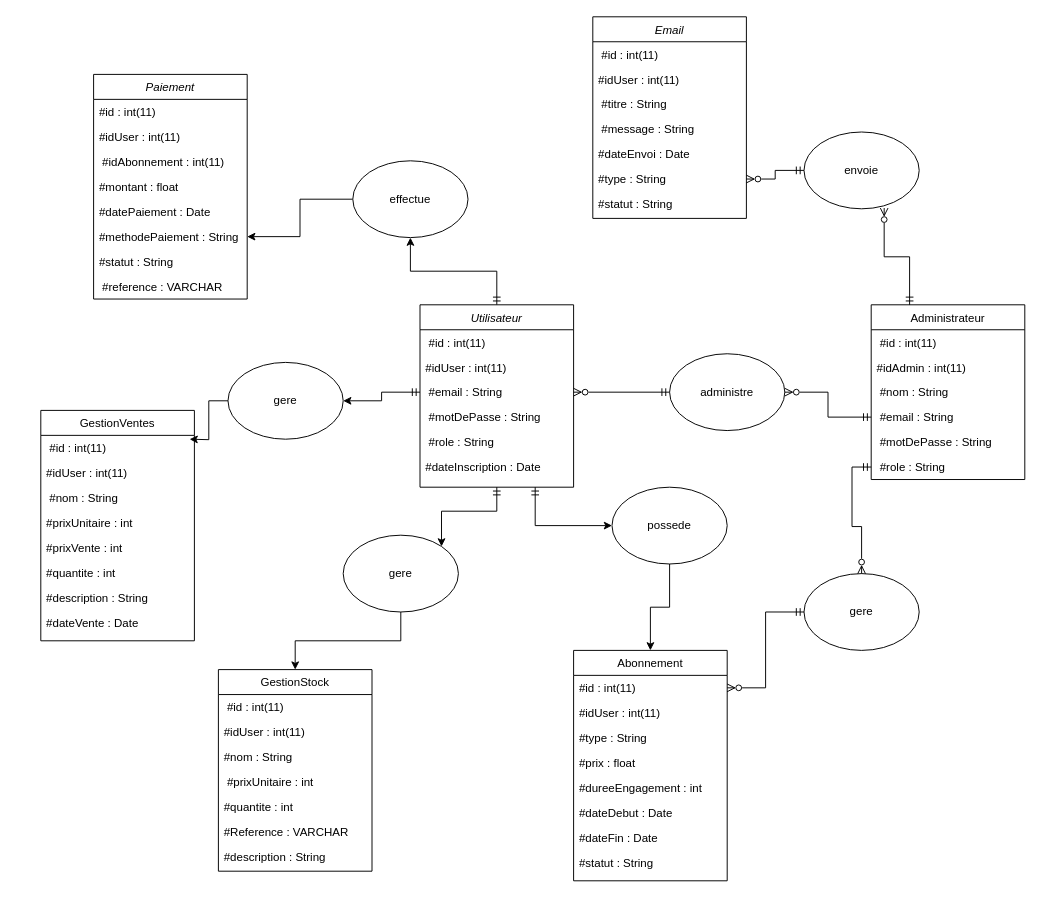
The draw.io diagram Diagramme d'entité.drawio in Lennyb940002/Doranco-Projet-, before the edit. Source tidied: cells renumbered, new cells numbered last; positions are measured from the earlier drawing's top-left corner, leaving out a move shared by most shapes. Both pictures are drawn from the tidied source at 96%, with x=0, y=0 at pixel (40, 16).
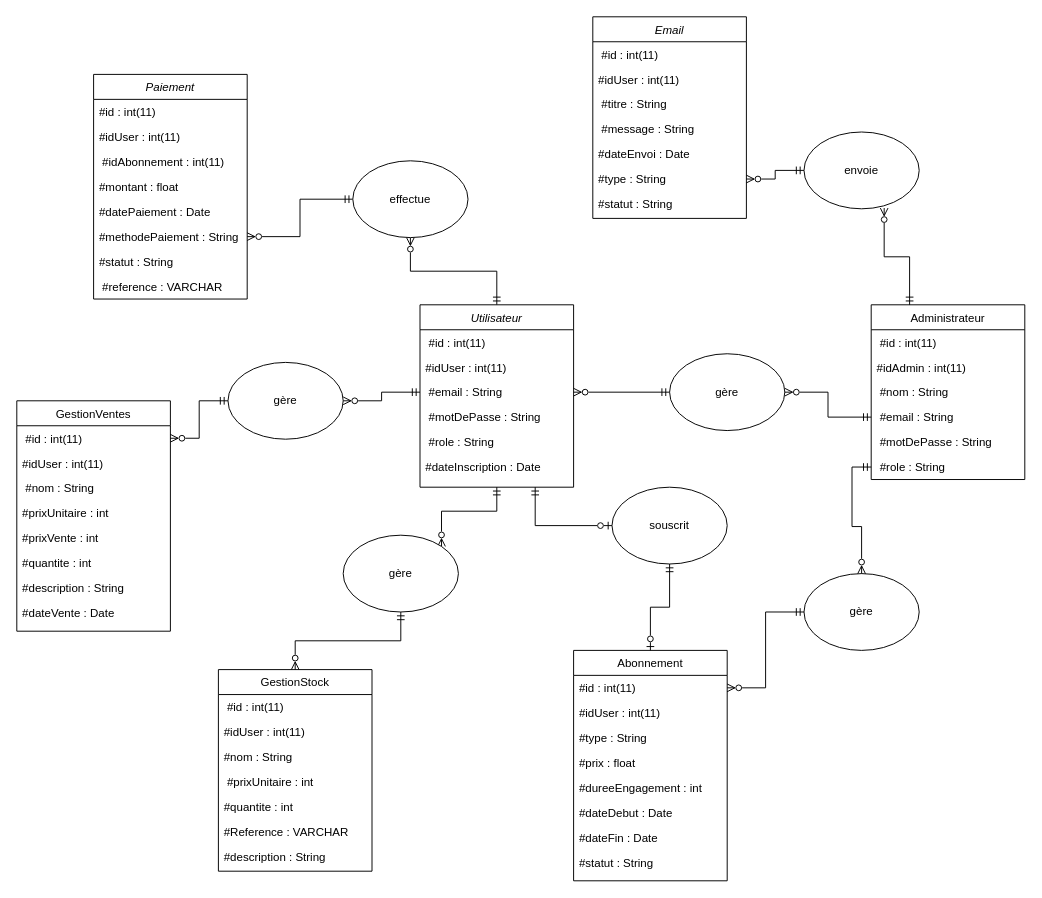
Above is the later version.

Commit message (it also covers changes not shown here):
Mettre à jour Diagramme d'entité.drawio

The change refers to these unchanged cells:
```xml
<mxCell id="5" value="Utilisateur" style="swimlane;fontStyle=2;align=center;verticalAlign=top;horizontal=1;startSize=26;rounded=0;shadow=0;strokeWidth=1;" parent="1" vertex="1">
  <mxGeometry x="395" y="300" width="160" height="190" as="geometry" />
</mxCell>
<mxCell id="8" value=" #email : String&#10;         &#10;" style="text;align=left;verticalAlign=top;spacingLeft=4;spacingRight=4;overflow=hidden;points=[[0,0.5],[1,0.5]];portConstraint=eastwest;rounded=0;shadow=0;html=0;" parent="5" vertex="1">
  <mxGeometry y="78" width="160" height="26" as="geometry" />
</mxCell>
<mxCell id="13" value=" #id : int(11)" style="text;align=left;verticalAlign=top;spacingLeft=4;spacingRight=4;overflow=hidden;points=[[0,0.5],[1,0.5]];portConstraint=eastwest;" parent="12" vertex="1">
  <mxGeometry y="26" width="160" height="26" as="geometry" />
</mxCell>
<mxCell id="34" value="#methodePaiement : String&#10;         " style="text;align=left;verticalAlign=top;spacingLeft=4;spacingRight=4;overflow=hidden;points=[[0,0.5],[1,0.5]];portConstraint=eastwest;rounded=0;shadow=0;html=0;" parent="28" vertex="1">
  <mxGeometry y="156" width="160" height="26" as="geometry" />
</mxCell>
<mxCell id="45" value="GestionStock" style="swimlane;fontStyle=0;align=center;verticalAlign=top;horizontal=1;startSize=26;rounded=0;shadow=0;strokeWidth=1;" parent="1" vertex="1">
  <mxGeometry x="185" y="680" width="160" height="210" as="geometry" />
</mxCell>
<mxCell id="53" value="Abonnement" style="swimlane;fontStyle=0;align=center;verticalAlign=top;horizontal=1;startSize=26;rounded=0;shadow=0;strokeWidth=1;" parent="1" vertex="1">
  <mxGeometry x="555" y="660" width="160" height="240" as="geometry" />
</mxCell>
<mxCell id="71" value="&lt;div&gt;&lt;span style=&quot;font-size: 12px;&quot;&gt;effectue&lt;/span&gt;&lt;/div&gt;" style="ellipse;whiteSpace=wrap;html=1;" parent="1" vertex="1">
  <mxGeometry x="325" y="150" width="120" height="80" as="geometry" />
</mxCell>
```

What changed in the source:
```diff
@@
-    <mxCell id="2" style="edgeStyle=orthogonalEdgeStyle;rounded=0;jettySize=auto;html=1;exitX=0.75;exitY=1;exitDx=0;exitDy=0;entryX=0;entryY=0.5;entryDx=0;entryDy=0;startArrow=ERmandOne;startFill=0;" parent="1" edge="1" source="5" target="78">
+    <mxCell id="2" style="edgeStyle=orthogonalEdgeStyle;rounded=0;jettySize=auto;html=1;exitX=0.75;exitY=1;exitDx=0;exitDy=0;entryX=0;entryY=0.5;entryDx=0;entryDy=0;startArrow=ERmandOne;startFill=0;endArrow=ERzeroToOne;endFill=0;" parent="1" edge="1" source="5" target="78">
       <mxGeometry relative="1" as="geometry" />
     </mxCell>
-    <mxCell id="3" style="edgeStyle=orthogonalEdgeStyle;rounded=0;jettySize=auto;html=1;entryX=1;entryY=0;entryDx=0;entryDy=0;startArrow=ERmandOne;startFill=0;" parent="1" edge="1" source="5" target="65">
+    <mxCell id="3" style="edgeStyle=orthogonalEdgeStyle;rounded=0;jettySize=auto;html=1;entryX=1;entryY=0;entryDx=0;entryDy=0;startArrow=ERmandOne;startFill=0;endArrow=ERzeroToMany;endFill=0;" parent="1" edge="1" source="5" target="65">
       <mxGeometry relative="1" as="geometry" />
     </mxCell>
-    <mxCell id="4" style="edgeStyle=orthogonalEdgeStyle;rounded=0;jettySize=auto;html=1;entryX=0.5;entryY=1;entryDx=0;entryDy=0;startArrow=ERmandOne;startFill=0;" parent="1" edge="1" source="5" target="71">
+    <mxCell id="4" style="edgeStyle=orthogonalEdgeStyle;rounded=0;jettySize=auto;html=1;entryX=0.5;entryY=1;entryDx=0;entryDy=0;startArrow=ERmandOne;startFill=0;endArrow=ERzeroToMany;endFill=0;" parent="1" edge="1" source="5" target="71">
       <mxGeometry relative="1" as="geometry" />
     </mxCell>
@@
     <mxCell id="12" value="GestionVentes" style="swimlane;fontStyle=0;align=center;verticalAlign=top;horizontal=1;startSize=26;rounded=0;shadow=0;strokeWidth=1;" parent="1" vertex="1">
-      <mxGeometry y="410" width="160" height="240" as="geometry" />
+      <mxGeometry x="-25" y="400" width="160" height="240" as="geometry" />
     </mxCell>
@@
-    <mxCell id="62" style="edgeStyle=orthogonalEdgeStyle;rounded=0;jettySize=auto;html=1;" parent="1" edge="1" source="63">
-      <mxGeometry relative="1" as="geometry">
-        <mxPoint x="155" y="440" as="targetPoint" />
-      </mxGeometry>
+    <mxCell id="62" style="edgeStyle=orthogonalEdgeStyle;rounded=0;jettySize=auto;html=1;entryX=1;entryY=0.5;entryDx=0;entryDy=0;endArrow=ERzeroToMany;endFill=0;startArrow=ERmandOne;startFill=0;" parent="1" edge="1" source="63" target="13">
+      <mxGeometry relative="1" as="geometry" />
     </mxCell>
-    <mxCell id="63" value="&lt;span style=&quot;font-size: 12px;&quot;&gt;gere&lt;/span&gt;" style="ellipse;whiteSpace=wrap;html=1;" parent="1" vertex="1">
+    <mxCell id="63" value="gère" style="ellipse;whiteSpace=wrap;html=1;" parent="1" vertex="1">
       <mxGeometry x="195" y="360" width="120" height="80" as="geometry" />
     </mxCell>
-    <mxCell id="64" style="edgeStyle=orthogonalEdgeStyle;rounded=0;jettySize=auto;html=1;" parent="1" edge="1" source="65" target="45">
+    <mxCell id="64" style="edgeStyle=orthogonalEdgeStyle;rounded=0;jettySize=auto;html=1;endArrow=ERzeroToMany;endFill=0;startArrow=ERmandOne;startFill=0;" parent="1" edge="1" source="65" target="45">
       <mxGeometry relative="1" as="geometry" />
     </mxCell>
-    <mxCell id="65" value="&lt;span style=&quot;font-size: 12px;&quot;&gt;gere&lt;/span&gt;" style="ellipse;whiteSpace=wrap;html=1;" parent="1" vertex="1">
+    <mxCell id="65" value="gère" style="ellipse;whiteSpace=wrap;html=1;" parent="1" vertex="1">
       <mxGeometry x="315" y="540" width="120" height="80" as="geometry" />
     </mxCell>
@@
-    <mxCell id="67" value="&lt;span style=&quot;font-size: 12px;&quot;&gt;gere&lt;/span&gt;" style="ellipse;whiteSpace=wrap;html=1;" parent="1" vertex="1">
+    <mxCell id="67" value="gère" style="ellipse;whiteSpace=wrap;html=1;" parent="1" vertex="1">
       <mxGeometry x="795" y="580" width="120" height="80" as="geometry" />
     </mxCell>
@@
-    <mxCell id="69" value="&lt;span style=&quot;font-size: 12px;&quot;&gt;administre&lt;/span&gt;" style="ellipse;whiteSpace=wrap;html=1;" parent="1" vertex="1">
+    <mxCell id="69" value="gère" style="ellipse;whiteSpace=wrap;html=1;" parent="1" vertex="1">
       <mxGeometry x="655" y="351" width="120" height="80" as="geometry" />
     </mxCell>
-    <mxCell id="70" style="edgeStyle=orthogonalEdgeStyle;rounded=0;jettySize=auto;html=1;exitX=0;exitY=0.5;exitDx=0;exitDy=0;entryX=1;entryY=0.5;entryDx=0;entryDy=0;" parent="1" edge="1" source="71" target="34">
+    <mxCell id="70" style="edgeStyle=orthogonalEdgeStyle;rounded=0;jettySize=auto;html=1;exitX=0;exitY=0.5;exitDx=0;exitDy=0;entryX=1;entryY=0.5;entryDx=0;entryDy=0;startArrow=ERmandOne;startFill=0;endArrow=ERzeroToMany;endFill=0;" parent="1" edge="1" source="71" target="34">
       <mxGeometry relative="1" as="geometry" />
     </mxCell>
@@
-    <mxCell id="77" style="edgeStyle=orthogonalEdgeStyle;rounded=0;jettySize=auto;html=1;exitX=0.5;exitY=1;exitDx=0;exitDy=0;entryX=0.5;entryY=0;entryDx=0;entryDy=0;" parent="1" edge="1" source="78" target="53">
+    <mxCell id="77" style="edgeStyle=orthogonalEdgeStyle;rounded=0;jettySize=auto;html=1;exitX=0.5;exitY=1;exitDx=0;exitDy=0;entryX=0.5;entryY=0;entryDx=0;entryDy=0;endArrow=ERzeroToOne;endFill=0;startArrow=ERmandOne;startFill=0;" parent="1" edge="1" source="78" target="53">
       <mxGeometry relative="1" as="geometry" />
     </mxCell>
-    <mxCell id="78" value="&lt;span style=&quot;font-size: 12px;&quot;&gt;possede&lt;/span&gt;" style="ellipse;whiteSpace=wrap;html=1;" parent="1" vertex="1">
+    <mxCell id="78" value="souscrit" style="ellipse;whiteSpace=wrap;html=1;" parent="1" vertex="1">
       <mxGeometry x="595" y="490" width="120" height="80" as="geometry" />
     </mxCell>
-    <mxCell id="79" style="edgeStyle=orthogonalEdgeStyle;rounded=0;jettySize=auto;html=1;exitX=0;exitY=0.5;exitDx=0;exitDy=0;startArrow=ERmandOne;startFill=0;" parent="1" edge="1" source="8" target="63">
+    <mxCell id="79" style="edgeStyle=orthogonalEdgeStyle;rounded=0;jettySize=auto;html=1;exitX=0;exitY=0.5;exitDx=0;exitDy=0;startArrow=ERmandOne;startFill=0;endArrow=ERzeroToMany;endFill=0;" parent="1" edge="1" source="8" target="63">
       <mxGeometry relative="1" as="geometry" />
     </mxCell>
```
